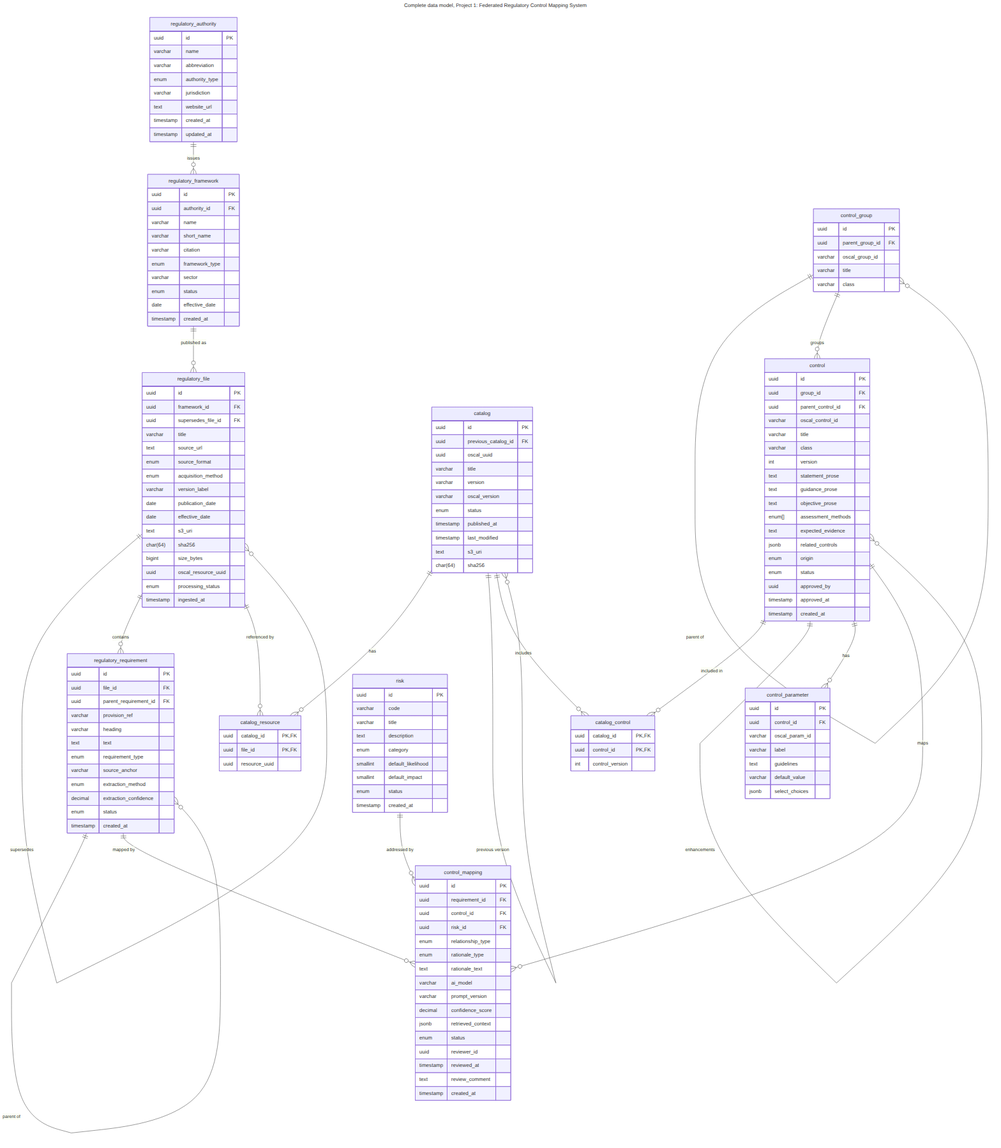
Earlier version of the Mermaid export assets/diagrams/control-mapping/fig-14-2-data-model.png (GRaCe-GRC/GRaCe-GRC-docs). Its source is kept beside it as assets/diagrams/control-mapping/fig-14-2-data-model.mmd.
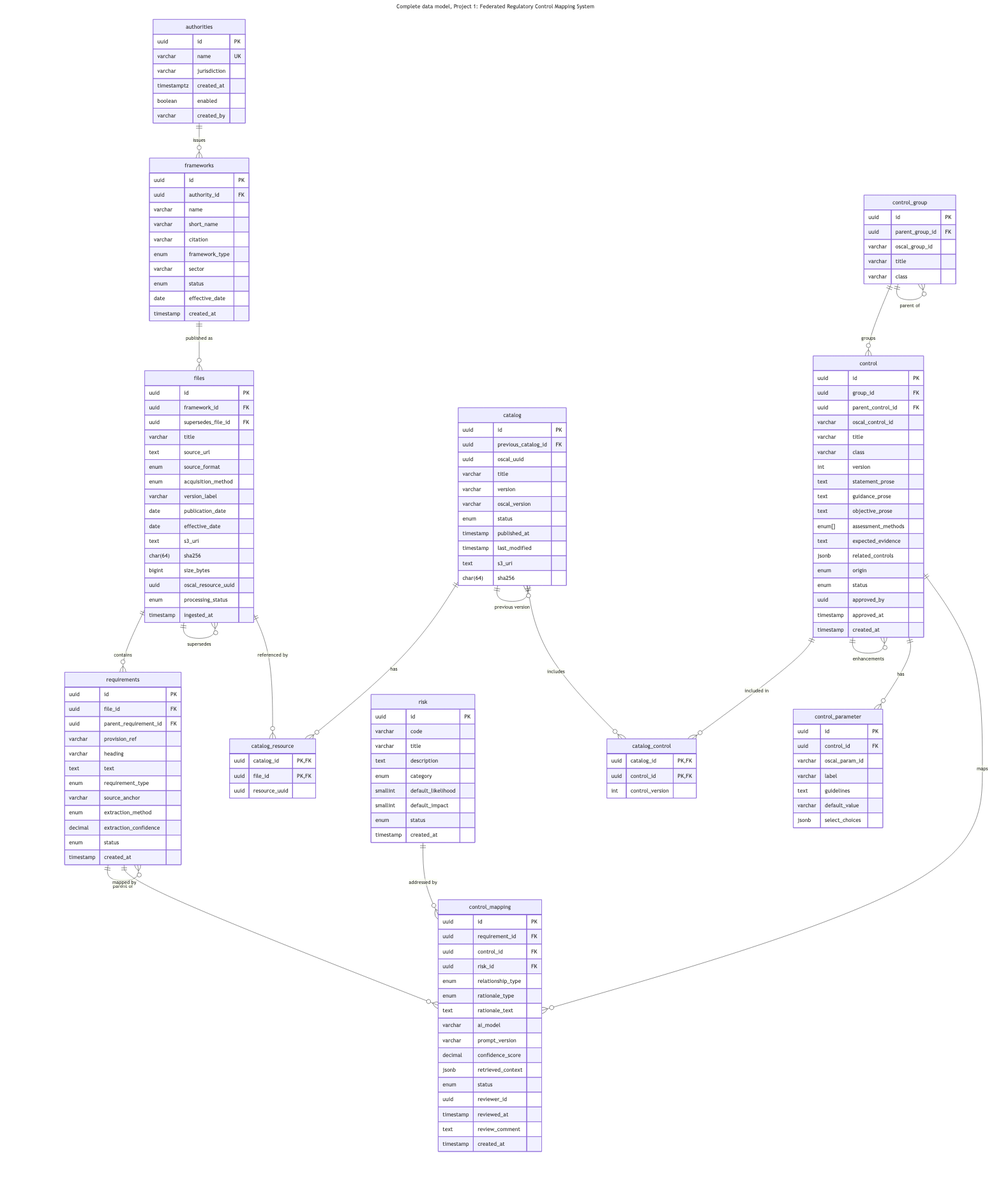
The same file after the commit.

The edit, as a diff of the source:
```diff
@@ -3,17 +3,15 @@
 ---
 erDiagram
 
-  regulatory_authority {
+  authorities {
     uuid id PK
-    varchar name
-    varchar abbreviation
-    enum authority_type
+    varchar name UK
     varchar jurisdiction
-    text website_url
-    timestamp created_at
-    timestamp updated_at
+    timestamptz created_at
+    boolean enabled
+    varchar created_by
   }
-  regulatory_framework {
+  frameworks {
     uuid id PK
     uuid authority_id FK
     varchar name
@@ -25,7 +23,7 @@
     date effective_date
     timestamp created_at
   }
-  regulatory_file {
+  files {
     uuid id PK
     uuid framework_id FK
     uuid supersedes_file_id FK
@@ -43,7 +41,7 @@
     enum processing_status
     timestamp ingested_at
   }
-  regulatory_requirement {
+  requirements {
     uuid id PK
     uuid file_id FK
     uuid parent_requirement_id FK
@@ -146,12 +144,12 @@
     timestamp created_at
   }
 
-  regulatory_authority ||--o{ regulatory_framework : "issues"
-  regulatory_framework ||--o{ regulatory_file : "published as"
-  regulatory_file ||--o{ regulatory_file : "supersedes"
-  regulatory_file ||--o{ regulatory_requirement : "contains"
-  regulatory_requirement ||--o{ regulatory_requirement : "parent of"
-  regulatory_file ||--o{ catalog_resource : "referenced by"
+  authorities ||--o{ frameworks : "issues"
+  frameworks ||--o{ files : "published as"
+  files ||--o{ files : "supersedes"
+  files ||--o{ requirements : "contains"
+  requirements ||--o{ requirements : "parent of"
+  files ||--o{ catalog_resource : "referenced by"
   catalog ||--o{ catalog_resource : "has"
   catalog ||--o{ catalog : "previous version"
   catalog ||--o{ catalog_control : "includes"
@@ -160,6 +158,6 @@
   control_group ||--o{ control : "groups"
   control ||--o{ control : "enhancements"
   control ||--o{ control_parameter : "has"
-  regulatory_requirement ||--o{ control_mapping : "mapped by"
+  requirements ||--o{ control_mapping : "mapped by"
   control ||--o{ control_mapping : "maps"
   risk ||--o{ control_mapping : "addressed by"
```
